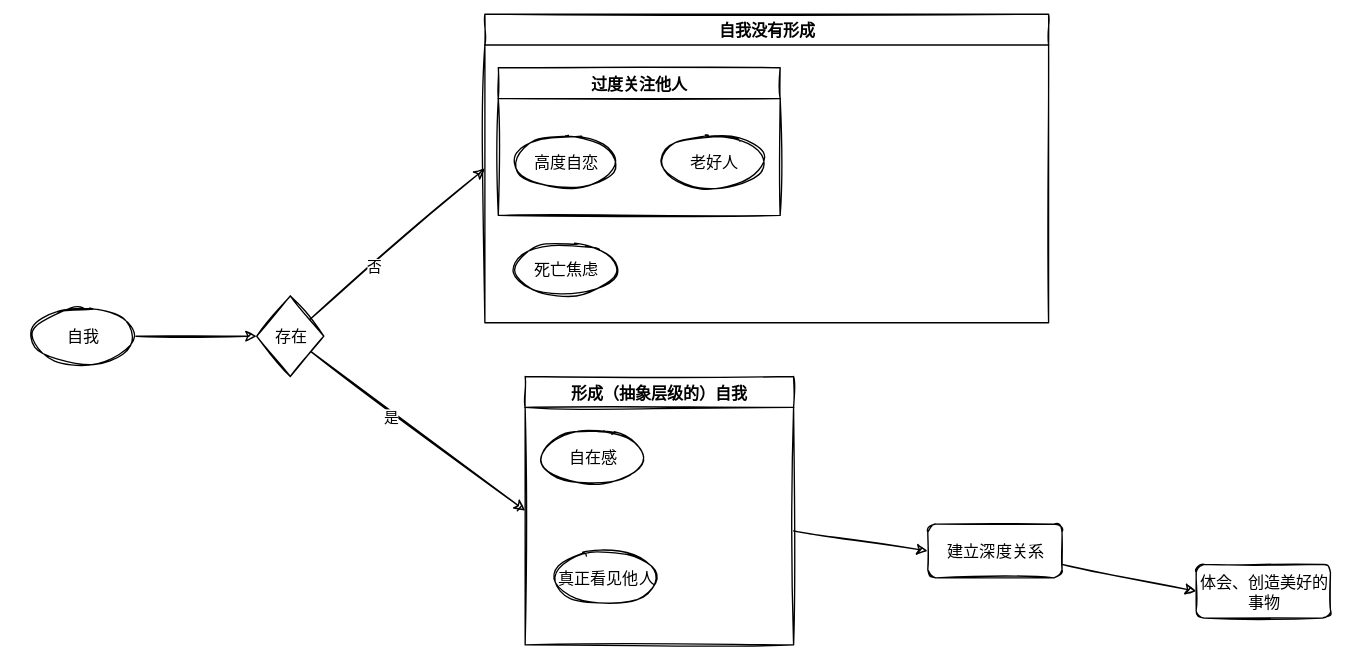
Above: 笔记/工具/通用概念/Untitled Diagram.svg in Echo-Yanglulu/obsidianPrivateNote (draw.io), before the change. Source tidied: cells renumbered, new cells last; positions are measured from the earlier drawing's top-left corner, leaving out a move shared by most shapes.
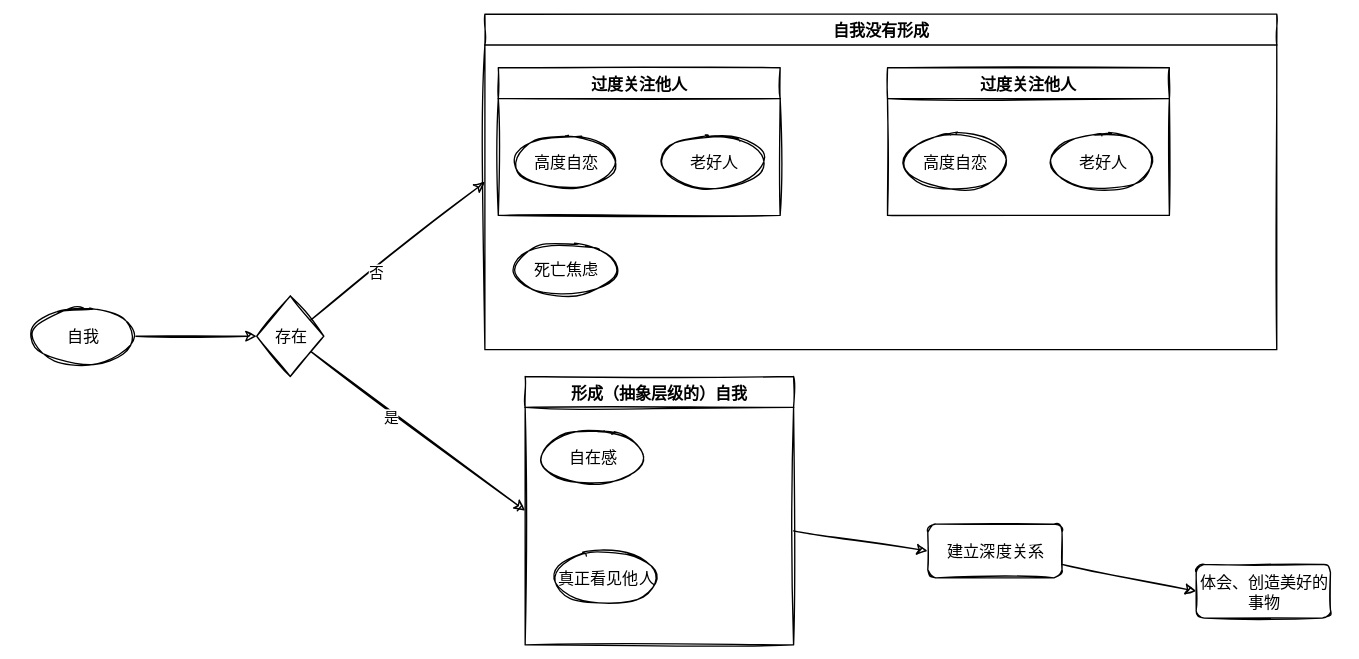
Above is the later version.

Change to the diagram source:
```diff
@@ -24,7 +24,7 @@
       <mxGeometry x="170" y="210" width="50" height="60" as="geometry" />
     </mxCell>
     <mxCell id="9" value="自我没有形成" style="swimlane;" parent="1" vertex="1">
-      <mxGeometry x="340" width="420" height="230" as="geometry" />
+      <mxGeometry x="340" width="590" height="250" as="geometry" />
     </mxCell>
     <mxCell id="10" value="死亡焦虑" style="ellipse;whiteSpace=wrap;html=1;" parent="9" vertex="1">
       <mxGeometry x="20" y="170" width="80" height="40" as="geometry" />
@@ -38,6 +38,15 @@
     <mxCell id="13" value="高度自恋" style="ellipse;whiteSpace=wrap;html=1;" parent="11" vertex="1">
       <mxGeometry x="10" y="50" width="80" height="40" as="geometry" />
     </mxCell>
+    <mxCell id="21" value="过度关注他人" style="swimlane;" parent="9" vertex="1">
+      <mxGeometry x="300" y="40" width="210" height="110" as="geometry" />
+    </mxCell>
+    <mxCell id="22" value="老好人" style="ellipse;whiteSpace=wrap;html=1;" parent="21" vertex="1">
+      <mxGeometry x="120" y="50" width="80" height="40" as="geometry" />
+    </mxCell>
+    <mxCell id="23" value="高度自恋" style="ellipse;whiteSpace=wrap;html=1;" parent="21" vertex="1">
+      <mxGeometry x="10" y="50" width="80" height="40" as="geometry" />
+    </mxCell>
     <mxCell id="14" style="edgeStyle=none;html=1;entryX=0;entryY=0.5;entryDx=0;entryDy=0;" parent="1" edge="1" source="15" target="19">
       <mxGeometry relative="1" as="geometry" />
     </mxCell>
```
